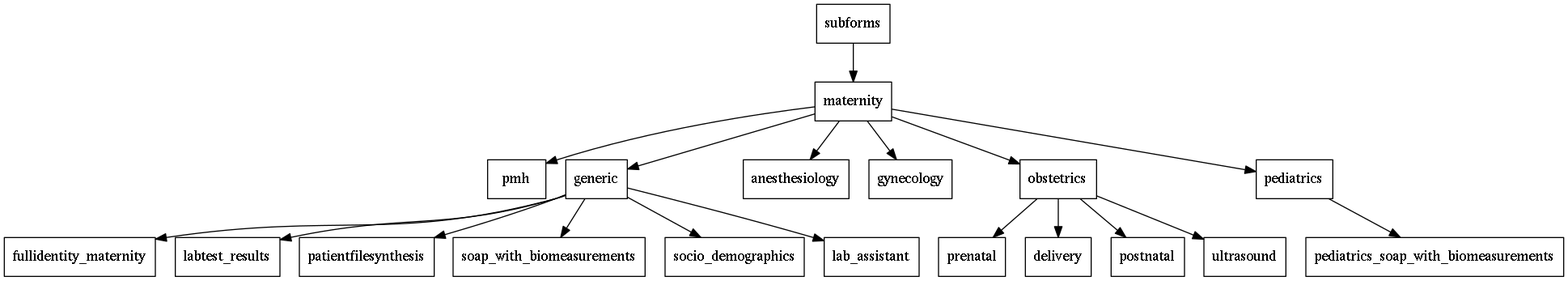
This is dot/subforms.png from maternite/maternite.github.io, a Graphviz export, as it was before one commit. Its source is kept beside it as dot/subforms.gv.
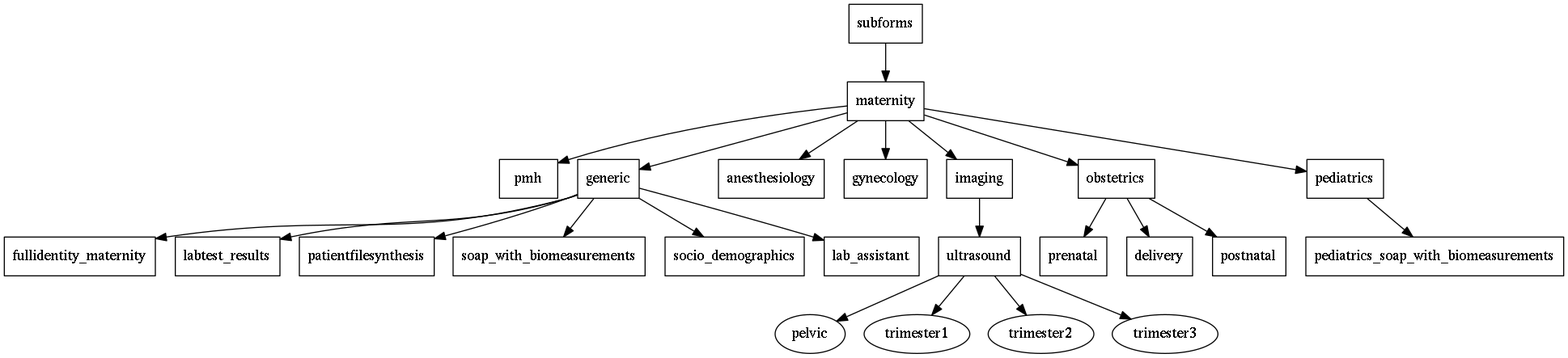
The same file after the commit.

Commit message:
update subforms tree

Diff of the diagram source:
```diff
@@ -11,20 +11,28 @@
         lab_assistant [shape=box];
     anesthesiology [shape=box];
     gynecology [shape=box];
+    imaging [shape=box];
+        ultrasound [shape=box];
+            pelvic;
+            trimester1;
+            trimester2;
+            trimester3;
     obstetrics [shape=box];
         prenatal [shape=box];
         delivery [shape=box];
         postnatal [shape=box];
-        ultrasound [shape=box];
     pediatrics [shape=box];
         pediatrics_soap_with_biomeasurements [shape=box];
 
-    subforms -> maternity -> {generic;pmh;anesthesiology;gynecology;obstetrics;pediatrics}
+    subforms -> maternity -> {generic;pmh;anesthesiology;gynecology;imaging;obstetrics;pediatrics}
 
     generic ->
     {fullidentity_maternity;labtest_results;patientfilesynthesis;soap_with_biomeasurements;socio_demographics;lab_assistant}
 
+    imaging -> {ultrasound}
+        ultrasound -> {pelvic,trimester1,trimester2,trimester3}
+
     pediatrics -> pediatrics_soap_with_biomeasurements
 
-    obstetrics -> {prenatal;delivery;postnatal;ultrasound}
+    obstetrics -> {prenatal;delivery;postnatal}
 }
```
